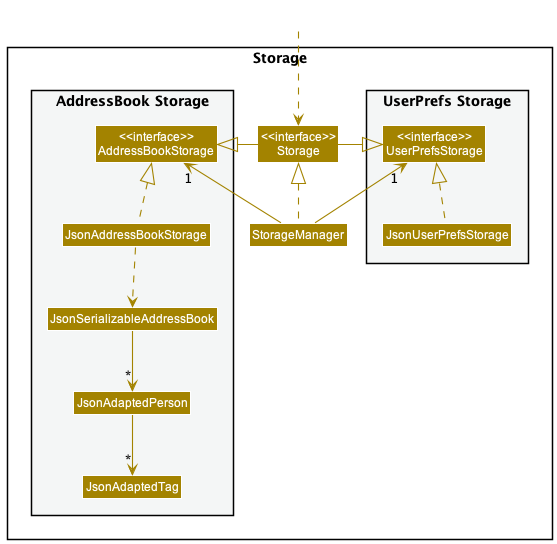
The PlantUML diagram docs/images/StorageClassDiagram.png in nus-cs2103-AY2223S1/tp, before a commit.
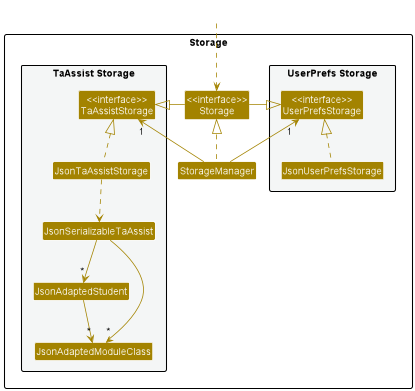
The same file after the commit.

Commit message:
Update Storage detais in DG

The edit, as a diff of the source:
```diff
@@ -14,12 +14,12 @@
 Class "<<interface>>\nStorage" as Storage
 Class StorageManager
 
-package "AddressBook Storage" #F4F6F6{
-Class "<<interface>>\nAddressBookStorage" as AddressBookStorage
-Class JsonAddressBookStorage
-Class JsonSerializableAddressBook
-Class JsonAdaptedPerson
-Class JsonAdaptedTag
+package "TaAssist Storage" #F4F6F6{
+Class "<<interface>>\nTaAssistStorage" as TaAssistStorage
+Class JsonTaAssistStorage
+Class JsonSerializableTaAssist
+Class JsonAdaptedStudent
+Class JsonAdaptedModuleClass
 }
 
 }
@@ -29,15 +29,16 @@
 
 StorageManager .up.|> Storage
 StorageManager -up-> "1" UserPrefsStorage
-StorageManager -up-> "1" AddressBookStorage
+StorageManager -up-> "1" TaAssistStorage
 
 Storage -left-|> UserPrefsStorage
-Storage -right-|> AddressBookStorage
+Storage -right-|> TaAssistStorage
 
 JsonUserPrefsStorage .up.|> UserPrefsStorage
-JsonAddressBookStorage .up.|> AddressBookStorage
-JsonAddressBookStorage ..> JsonSerializableAddressBook
-JsonSerializableAddressBook --> "*" JsonAdaptedPerson
-JsonAdaptedPerson --> "*" JsonAdaptedTag
+JsonTaAssistStorage .up.|> TaAssistStorage
+JsonTaAssistStorage ..> JsonSerializableTaAssist
+JsonSerializableTaAssist--> "*" JsonAdaptedStudent
+JsonSerializableTaAssist--> "*" JsonAdaptedModuleClass
+JsonAdaptedStudent --> "*" JsonAdaptedModuleClass
 
 @enduml
```
